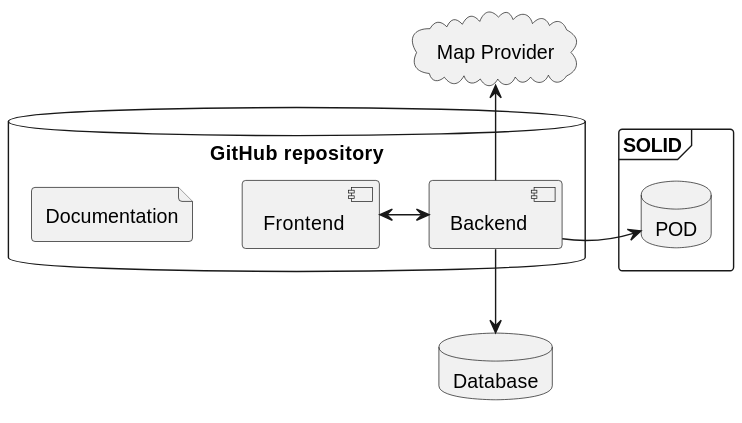
This is docs/images/3-technicalContext-0.svg from Arquisoft/lomap_en1a, a PlantUML export, as it was before one commit. The source it was exported from:
```plantuml
@startuml
skinparam actorStyle awesome

database GitHubRepo as "GitHub repository" {
    component Frontend
    component Backend
    file Documentation
}
cloud MapService as "Map Provider"
database Database
frame SOLID {
    database POD
}

Backend -> POD
Backend -u-> MapService
Backend -d-> Database
Frontend <-> Backend
@enduml
```
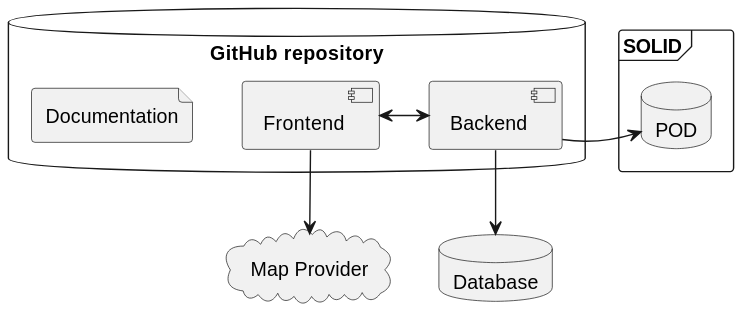
The same diagram one commit later.

Change to the diagram source:
```diff
@@ -13,7 +13,7 @@
 }
 
 Backend -> POD
-Backend -u-> MapService
 Backend -d-> Database
 Frontend <-> Backend
+Frontend -d-> MapService
 @enduml
```
